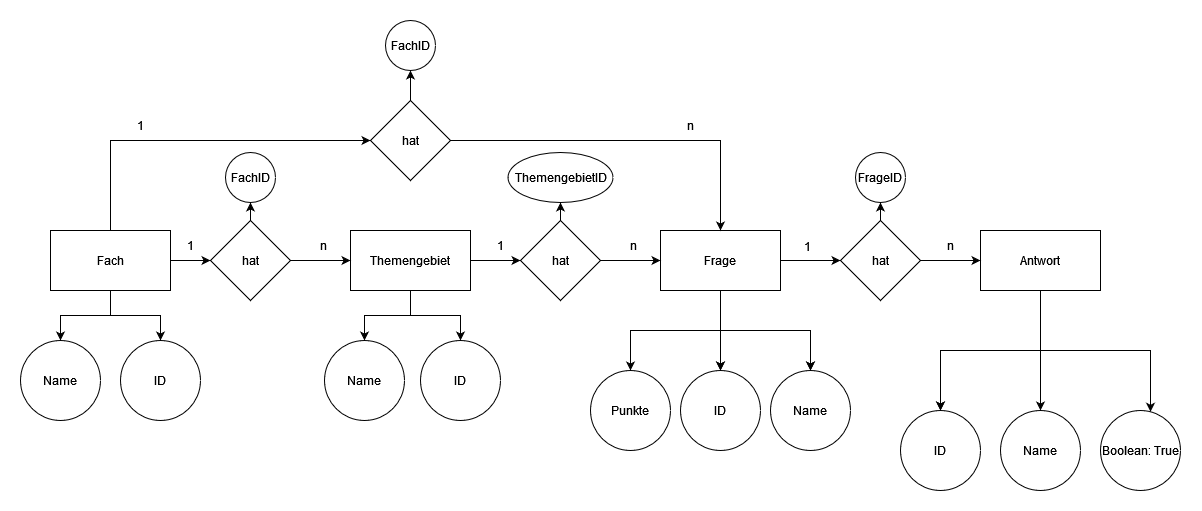
This is Report/DatenbankModell/ER-Diagramm_Datenbank.drawio.png from Hinotori91/Exam-CRUD-Backend, a draw.io export, as it was before one commit. Source tidied: cells renumbered, new cells last; positions are measured from the earlier drawing's top-left corner, leaving out a move shared by most shapes. Its diagram source:
```xml
<mxGraphModel>
  <root>
    <mxCell id="0" />
    <mxCell id="1" parent="0" />
    <mxCell id="2" style="edgeStyle=orthogonalEdgeStyle;rounded=0;jettySize=auto;html=1;" parent="1" edge="1" source="6" target="25">
      <mxGeometry relative="1" as="geometry" />
    </mxCell>
    <mxCell id="3" style="edgeStyle=orthogonalEdgeStyle;rounded=0;jettySize=auto;html=1;entryX=0;entryY=0.5;entryDx=0;entryDy=0;exitX=0.5;exitY=0;exitDx=0;exitDy=0;" parent="1" edge="1" source="6" target="34">
      <mxGeometry relative="1" as="geometry" />
    </mxCell>
    <mxCell id="4" style="edgeStyle=orthogonalEdgeStyle;rounded=0;jettySize=auto;html=1;" parent="1" edge="1" source="6" target="35">
      <mxGeometry relative="1" as="geometry" />
    </mxCell>
    <mxCell id="5" style="edgeStyle=orthogonalEdgeStyle;rounded=0;jettySize=auto;html=1;exitX=0.5;exitY=1;exitDx=0;exitDy=0;" parent="1" edge="1" source="6" target="36">
      <mxGeometry relative="1" as="geometry" />
    </mxCell>
    <mxCell id="6" value="Fach" style="rounded=0;whiteSpace=wrap;html=1;" parent="1" vertex="1">
      <mxGeometry x="30" y="210" width="120" height="60" as="geometry" />
    </mxCell>
    <mxCell id="7" style="edgeStyle=orthogonalEdgeStyle;rounded=0;jettySize=auto;html=1;" parent="1" edge="1" source="10" target="28">
      <mxGeometry relative="1" as="geometry" />
    </mxCell>
    <mxCell id="8" style="edgeStyle=orthogonalEdgeStyle;rounded=0;jettySize=auto;html=1;" parent="1" edge="1" source="10" target="39">
      <mxGeometry relative="1" as="geometry" />
    </mxCell>
    <mxCell id="9" style="edgeStyle=orthogonalEdgeStyle;rounded=0;jettySize=auto;html=1;" parent="1" edge="1" source="10" target="40">
      <mxGeometry relative="1" as="geometry" />
    </mxCell>
    <mxCell id="10" value="Themengebiet" style="rounded=0;whiteSpace=wrap;html=1;" parent="1" vertex="1">
      <mxGeometry x="330" y="210" width="120" height="60" as="geometry" />
    </mxCell>
    <mxCell id="11" style="edgeStyle=orthogonalEdgeStyle;rounded=0;jettySize=auto;html=1;" parent="1" edge="1" source="17" target="31">
      <mxGeometry relative="1" as="geometry" />
    </mxCell>
    <mxCell id="12" style="edgeStyle=orthogonalEdgeStyle;rounded=0;jettySize=auto;html=1;" parent="1" edge="1" source="17" target="41">
      <mxGeometry relative="1" as="geometry" />
    </mxCell>
    <mxCell id="13" style="edgeStyle=orthogonalEdgeStyle;rounded=0;jettySize=auto;html=1;" parent="1" edge="1" source="17" target="41">
      <mxGeometry relative="1" as="geometry" />
    </mxCell>
    <mxCell id="14" style="edgeStyle=orthogonalEdgeStyle;rounded=0;jettySize=auto;html=1;" parent="1" edge="1" source="17" target="42">
      <mxGeometry relative="1" as="geometry" />
    </mxCell>
    <mxCell id="15" style="edgeStyle=orthogonalEdgeStyle;rounded=0;jettySize=auto;html=1;" parent="1" edge="1" source="17" target="42">
      <mxGeometry relative="1" as="geometry" />
    </mxCell>
    <mxCell id="16" style="edgeStyle=orthogonalEdgeStyle;rounded=0;jettySize=auto;html=1;" parent="1" edge="1" source="17" target="43">
      <mxGeometry relative="1" as="geometry" />
    </mxCell>
    <mxCell id="17" value="Frage" style="rounded=0;whiteSpace=wrap;html=1;" parent="1" vertex="1">
      <mxGeometry x="640" y="210" width="120" height="60" as="geometry" />
    </mxCell>
    <mxCell id="18" style="edgeStyle=orthogonalEdgeStyle;rounded=0;jettySize=auto;html=1;" parent="1" edge="1" source="22" target="44">
      <mxGeometry relative="1" as="geometry" />
    </mxCell>
    <mxCell id="19" style="edgeStyle=orthogonalEdgeStyle;rounded=0;jettySize=auto;html=1;" parent="1" edge="1" source="22" target="44">
      <mxGeometry relative="1" as="geometry" />
    </mxCell>
    <mxCell id="20" style="edgeStyle=orthogonalEdgeStyle;rounded=0;jettySize=auto;html=1;" parent="1" edge="1" source="22" target="45">
      <mxGeometry relative="1" as="geometry" />
    </mxCell>
    <mxCell id="21" style="edgeStyle=orthogonalEdgeStyle;rounded=0;jettySize=auto;html=1;" parent="1" edge="1" source="22" target="46">
      <mxGeometry relative="1" as="geometry">
        <Array as="points">
          <mxPoint x="1020" y="330" />
          <mxPoint x="1130" y="330" />
        </Array>
      </mxGeometry>
    </mxCell>
    <mxCell id="22" value="Antwort" style="rounded=0;whiteSpace=wrap;html=1;" parent="1" vertex="1">
      <mxGeometry x="960" y="210" width="120" height="60" as="geometry" />
    </mxCell>
    <mxCell id="23" style="edgeStyle=orthogonalEdgeStyle;rounded=0;jettySize=auto;html=1;" parent="1" edge="1" source="25" target="10">
      <mxGeometry relative="1" as="geometry" />
    </mxCell>
    <mxCell id="24" style="edgeStyle=orthogonalEdgeStyle;rounded=0;jettySize=auto;html=1;" parent="1" edge="1" source="25" target="53">
      <mxGeometry relative="1" as="geometry" />
    </mxCell>
    <mxCell id="25" value="hat" style="rhombus;whiteSpace=wrap;html=1;rounded=0;" parent="1" vertex="1">
      <mxGeometry x="190" y="200" width="80" height="80" as="geometry" />
    </mxCell>
    <mxCell id="26" style="edgeStyle=orthogonalEdgeStyle;rounded=0;jettySize=auto;html=1;" parent="1" edge="1" source="28" target="17">
      <mxGeometry relative="1" as="geometry" />
    </mxCell>
    <mxCell id="27" style="edgeStyle=orthogonalEdgeStyle;rounded=0;jettySize=auto;html=1;" parent="1" edge="1" source="28" target="55">
      <mxGeometry relative="1" as="geometry" />
    </mxCell>
    <mxCell id="28" value="hat" style="rhombus;whiteSpace=wrap;html=1;rounded=0;" parent="1" vertex="1">
      <mxGeometry x="500" y="200" width="80" height="80" as="geometry" />
    </mxCell>
    <mxCell id="29" style="edgeStyle=orthogonalEdgeStyle;rounded=0;jettySize=auto;html=1;" parent="1" edge="1" source="31" target="22">
      <mxGeometry relative="1" as="geometry" />
    </mxCell>
    <mxCell id="30" style="edgeStyle=orthogonalEdgeStyle;rounded=0;jettySize=auto;html=1;" parent="1" edge="1" source="31" target="56">
      <mxGeometry relative="1" as="geometry" />
    </mxCell>
    <mxCell id="31" value="hat" style="rhombus;whiteSpace=wrap;html=1;rounded=0;" parent="1" vertex="1">
      <mxGeometry x="820" y="200" width="80" height="80" as="geometry" />
    </mxCell>
    <mxCell id="32" style="edgeStyle=orthogonalEdgeStyle;rounded=0;jettySize=auto;html=1;entryX=0.5;entryY=0;entryDx=0;entryDy=0;" parent="1" edge="1" source="34" target="17">
      <mxGeometry relative="1" as="geometry" />
    </mxCell>
    <mxCell id="33" style="edgeStyle=orthogonalEdgeStyle;rounded=0;jettySize=auto;html=1;" parent="1" edge="1" source="34" target="54">
      <mxGeometry relative="1" as="geometry" />
    </mxCell>
    <mxCell id="34" value="hat" style="rhombus;whiteSpace=wrap;html=1;rounded=0;" parent="1" vertex="1">
      <mxGeometry x="350" y="80" width="80" height="80" as="geometry" />
    </mxCell>
    <mxCell id="35" value="ID" style="ellipse;whiteSpace=wrap;html=1;rounded=0;" parent="1" vertex="1">
      <mxGeometry x="100" y="320" width="80" height="80" as="geometry" />
    </mxCell>
    <mxCell id="36" value="Name" style="ellipse;whiteSpace=wrap;html=1;rounded=0;" parent="1" vertex="1">
      <mxGeometry y="320" width="80" height="80" as="geometry" />
    </mxCell>
    <mxCell id="37" value="1" style="text;html=1;strokeColor=none;fillColor=none;align=center;verticalAlign=middle;whiteSpace=wrap;rounded=0;" parent="1" vertex="1">
      <mxGeometry x="140" y="210" width="60" height="30" as="geometry" />
    </mxCell>
    <mxCell id="38" value="n" style="text;html=1;strokeColor=none;fillColor=none;align=center;verticalAlign=middle;whiteSpace=wrap;rounded=0;" parent="1" vertex="1">
      <mxGeometry x="273" y="210" width="60" height="30" as="geometry" />
    </mxCell>
    <mxCell id="39" value="ID" style="ellipse;whiteSpace=wrap;html=1;rounded=0;" parent="1" vertex="1">
      <mxGeometry x="400" y="320" width="80" height="80" as="geometry" />
    </mxCell>
    <mxCell id="40" value="Name" style="ellipse;whiteSpace=wrap;html=1;rounded=0;" parent="1" vertex="1">
      <mxGeometry x="304" y="320" width="80" height="80" as="geometry" />
    </mxCell>
    <mxCell id="41" value="&lt;div&gt;ID&lt;/div&gt;" style="ellipse;whiteSpace=wrap;html=1;rounded=0;" parent="1" vertex="1">
      <mxGeometry x="660" y="350" width="80" height="80" as="geometry" />
    </mxCell>
    <mxCell id="42" value="Name" style="ellipse;whiteSpace=wrap;html=1;rounded=0;" parent="1" vertex="1">
      <mxGeometry x="750" y="350" width="80" height="80" as="geometry" />
    </mxCell>
    <mxCell id="43" value="&lt;div&gt;Punkte&lt;/div&gt;" style="ellipse;whiteSpace=wrap;html=1;rounded=0;" parent="1" vertex="1">
      <mxGeometry x="570" y="350" width="80" height="80" as="geometry" />
    </mxCell>
    <mxCell id="44" value="ID" style="ellipse;whiteSpace=wrap;html=1;rounded=0;" parent="1" vertex="1">
      <mxGeometry x="880" y="390" width="80" height="80" as="geometry" />
    </mxCell>
    <mxCell id="45" value="Name" style="ellipse;whiteSpace=wrap;html=1;rounded=0;" parent="1" vertex="1">
      <mxGeometry x="980" y="390" width="80" height="80" as="geometry" />
    </mxCell>
    <mxCell id="46" value="Boolean: True" style="ellipse;whiteSpace=wrap;html=1;rounded=0;" parent="1" vertex="1">
      <mxGeometry x="1080" y="390" width="80" height="80" as="geometry" />
    </mxCell>
    <mxCell id="47" value="1" style="text;html=1;strokeColor=none;fillColor=none;align=center;verticalAlign=middle;whiteSpace=wrap;rounded=0;" parent="1" vertex="1">
      <mxGeometry x="450" y="210" width="60" height="30" as="geometry" />
    </mxCell>
    <mxCell id="48" value="1" style="text;html=1;strokeColor=none;fillColor=none;align=center;verticalAlign=middle;whiteSpace=wrap;rounded=0;" parent="1" vertex="1">
      <mxGeometry x="757" y="211" width="60" height="30" as="geometry" />
    </mxCell>
    <mxCell id="49" value="1" style="text;html=1;strokeColor=none;fillColor=none;align=center;verticalAlign=middle;whiteSpace=wrap;rounded=0;" parent="1" vertex="1">
      <mxGeometry x="90" y="90" width="60" height="30" as="geometry" />
    </mxCell>
    <mxCell id="50" value="n" style="text;html=1;strokeColor=none;fillColor=none;align=center;verticalAlign=middle;whiteSpace=wrap;rounded=0;" parent="1" vertex="1">
      <mxGeometry x="583" y="210" width="60" height="30" as="geometry" />
    </mxCell>
    <mxCell id="51" value="n" style="text;html=1;strokeColor=none;fillColor=none;align=center;verticalAlign=middle;whiteSpace=wrap;rounded=0;" parent="1" vertex="1">
      <mxGeometry x="900" y="210" width="60" height="30" as="geometry" />
    </mxCell>
    <mxCell id="52" value="n" style="text;html=1;strokeColor=none;fillColor=none;align=center;verticalAlign=middle;whiteSpace=wrap;rounded=0;" parent="1" vertex="1">
      <mxGeometry x="640" y="90" width="60" height="30" as="geometry" />
    </mxCell>
    <mxCell id="53" value="FachID" style="ellipse;whiteSpace=wrap;html=1;rounded=0;" parent="1" vertex="1">
      <mxGeometry x="205" y="132" width="50" height="50" as="geometry" />
    </mxCell>
    <mxCell id="54" value="FachID" style="ellipse;whiteSpace=wrap;html=1;rounded=0;" parent="1" vertex="1">
      <mxGeometry x="365" width="50" height="50" as="geometry" />
    </mxCell>
    <mxCell id="55" value="ThemengebietID" style="ellipse;whiteSpace=wrap;html=1;rounded=0;" parent="1" vertex="1">
      <mxGeometry x="487.5" y="132" width="105" height="50" as="geometry" />
    </mxCell>
    <mxCell id="56" value="FrageID" style="ellipse;whiteSpace=wrap;html=1;rounded=0;" parent="1" vertex="1">
      <mxGeometry x="835" y="132" width="50" height="50" as="geometry" />
    </mxCell>
  </root>
</mxGraphModel>
```
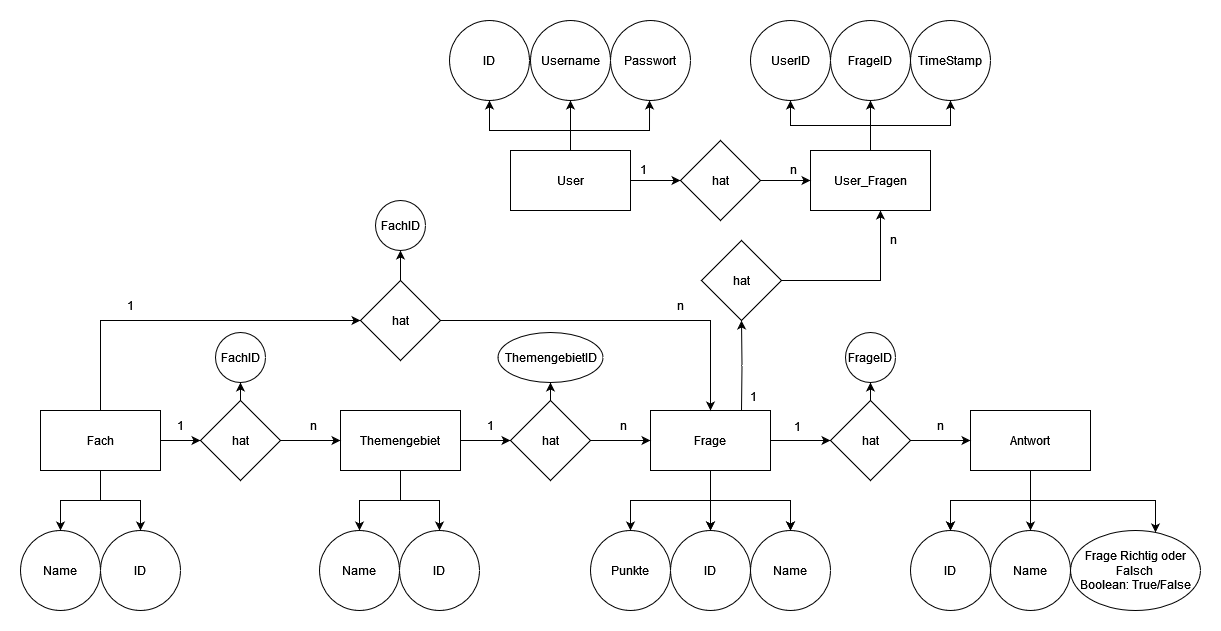
After the commit.

What changed in the source:
```diff
@@ -47,6 +47,14 @@
     <mxCell id="16" style="edgeStyle=orthogonalEdgeStyle;rounded=0;jettySize=auto;html=1;" parent="1" edge="1" source="17" target="43">
       <mxGeometry relative="1" as="geometry" />
     </mxCell>
+    <mxCell id="57" style="edgeStyle=orthogonalEdgeStyle;rounded=0;jettySize=auto;html=1;exitX=1;exitY=0.5;exitDx=0;exitDy=0;" parent="1" edge="1" target="69">
+      <mxGeometry relative="1" as="geometry">
+        <mxPoint x="771" y="80" as="sourcePoint" />
+        <Array as="points">
+          <mxPoint x="870" y="80" />
+        </Array>
+      </mxGeometry>
+    </mxCell>
     <mxCell id="17" value="Frage" style="rounded=0;whiteSpace=wrap;html=1;" parent="1" vertex="1">
       <mxGeometry x="640" y="210" width="120" height="60" as="geometry" />
     </mxCell>
@@ -62,8 +70,8 @@
     <mxCell id="21" style="edgeStyle=orthogonalEdgeStyle;rounded=0;jettySize=auto;html=1;" parent="1" edge="1" source="22" target="46">
       <mxGeometry relative="1" as="geometry">
         <Array as="points">
-          <mxPoint x="1020" y="330" />
-          <mxPoint x="1130" y="330" />
+          <mxPoint x="1020" y="300" />
+          <mxPoint x="1145" y="300" />
         </Array>
       </mxGeometry>
     </mxCell>
@@ -107,10 +115,10 @@
       <mxGeometry x="350" y="80" width="80" height="80" as="geometry" />
     </mxCell>
     <mxCell id="35" value="ID" style="ellipse;whiteSpace=wrap;html=1;rounded=0;" parent="1" vertex="1">
-      <mxGeometry x="100" y="320" width="80" height="80" as="geometry" />
+      <mxGeometry x="90" y="330" width="80" height="80" as="geometry" />
     </mxCell>
     <mxCell id="36" value="Name" style="ellipse;whiteSpace=wrap;html=1;rounded=0;" parent="1" vertex="1">
-      <mxGeometry y="320" width="80" height="80" as="geometry" />
+      <mxGeometry x="10" y="330" width="80" height="80" as="geometry" />
     </mxCell>
     <mxCell id="37" value="1" style="text;html=1;strokeColor=none;fillColor=none;align=center;verticalAlign=middle;whiteSpace=wrap;rounded=0;" parent="1" vertex="1">
       <mxGeometry x="140" y="210" width="60" height="30" as="geometry" />
@@ -119,28 +127,28 @@
       <mxGeometry x="273" y="210" width="60" height="30" as="geometry" />
     </mxCell>
     <mxCell id="39" value="ID" style="ellipse;whiteSpace=wrap;html=1;rounded=0;" parent="1" vertex="1">
-      <mxGeometry x="400" y="320" width="80" height="80" as="geometry" />
+      <mxGeometry x="389" y="330" width="80" height="80" as="geometry" />
     </mxCell>
     <mxCell id="40" value="Name" style="ellipse;whiteSpace=wrap;html=1;rounded=0;" parent="1" vertex="1">
-      <mxGeometry x="304" y="320" width="80" height="80" as="geometry" />
+      <mxGeometry x="309" y="330" width="80" height="80" as="geometry" />
     </mxCell>
     <mxCell id="41" value="&lt;div&gt;ID&lt;/div&gt;" style="ellipse;whiteSpace=wrap;html=1;rounded=0;" parent="1" vertex="1">
-      <mxGeometry x="660" y="350" width="80" height="80" as="geometry" />
+      <mxGeometry x="660" y="330" width="80" height="80" as="geometry" />
     </mxCell>
     <mxCell id="42" value="Name" style="ellipse;whiteSpace=wrap;html=1;rounded=0;" parent="1" vertex="1">
-      <mxGeometry x="750" y="350" width="80" height="80" as="geometry" />
+      <mxGeometry x="740" y="330" width="80" height="80" as="geometry" />
     </mxCell>
     <mxCell id="43" value="&lt;div&gt;Punkte&lt;/div&gt;" style="ellipse;whiteSpace=wrap;html=1;rounded=0;" parent="1" vertex="1">
-      <mxGeometry x="570" y="350" width="80" height="80" as="geometry" />
+      <mxGeometry x="580" y="330" width="80" height="80" as="geometry" />
     </mxCell>
     <mxCell id="44" value="ID" style="ellipse;whiteSpace=wrap;html=1;rounded=0;" parent="1" vertex="1">
-      <mxGeometry x="880" y="390" width="80" height="80" as="geometry" />
+      <mxGeometry x="900" y="330" width="80" height="80" as="geometry" />
     </mxCell>
     <mxCell id="45" value="Name" style="ellipse;whiteSpace=wrap;html=1;rounded=0;" parent="1" vertex="1">
-      <mxGeometry x="980" y="390" width="80" height="80" as="geometry" />
+      <mxGeometry x="980" y="330" width="80" height="80" as="geometry" />
     </mxCell>
-    <mxCell id="46" value="Boolean: True" style="ellipse;whiteSpace=wrap;html=1;rounded=0;" parent="1" vertex="1">
-      <mxGeometry x="1080" y="390" width="80" height="80" as="geometry" />
+    <mxCell id="46" value="Frage Richtig oder Falsch&lt;br&gt;Boolean: True/False" style="ellipse;whiteSpace=wrap;html=1;rounded=0;" parent="1" vertex="1">
+      <mxGeometry x="1060" y="330" width="130" height="80" as="geometry" />
     </mxCell>
     <mxCell id="47" value="1" style="text;html=1;strokeColor=none;fillColor=none;align=center;verticalAlign=middle;whiteSpace=wrap;rounded=0;" parent="1" vertex="1">
       <mxGeometry x="450" y="210" width="60" height="30" as="geometry" />
@@ -172,5 +180,89 @@
     <mxCell id="56" value="FrageID" style="ellipse;whiteSpace=wrap;html=1;rounded=0;" parent="1" vertex="1">
       <mxGeometry x="835" y="132" width="50" height="50" as="geometry" />
     </mxCell>
+    <mxCell id="58" style="edgeStyle=orthogonalEdgeStyle;rounded=0;jettySize=auto;html=1;exitX=0.5;exitY=0;exitDx=0;exitDy=0;entryX=0.5;entryY=1;entryDx=0;entryDy=0;" parent="1" edge="1" source="62" target="63">
+      <mxGeometry relative="1" as="geometry">
+        <Array as="points">
+          <mxPoint x="560" y="-70" />
+          <mxPoint x="479" y="-70" />
+        </Array>
+      </mxGeometry>
+    </mxCell>
+    <mxCell id="59" style="edgeStyle=orthogonalEdgeStyle;rounded=0;orthogonalLoop=1;jettySize=auto;html=1;entryX=0.588;entryY=1;entryDx=0;entryDy=0;entryPerimeter=0;" parent="1" edge="1">
+      <mxGeometry relative="1" as="geometry">
+        <mxPoint x="552" y="-50" as="sourcePoint" />
+        <mxPoint x="639" y="-100" as="targetPoint" />
+        <Array as="points">
+          <mxPoint x="560" y="-50" />
+          <mxPoint x="560" y="-70" />
+          <mxPoint x="639" y="-70" />
+        </Array>
+      </mxGeometry>
+    </mxCell>
+    <mxCell id="60" style="edgeStyle=orthogonalEdgeStyle;rounded=0;jettySize=auto;html=1;entryX=0.5;entryY=1;entryDx=0;entryDy=0;" parent="1" edge="1" source="62" target="65">
+      <mxGeometry relative="1" as="geometry" />
+    </mxCell>
+    <mxCell id="61" style="edgeStyle=orthogonalEdgeStyle;rounded=0;jettySize=auto;html=1;" parent="1" edge="1" source="62" target="74">
+      <mxGeometry relative="1" as="geometry" />
+    </mxCell>
+    <mxCell id="62" value="User" style="rounded=0;whiteSpace=wrap;html=1;" parent="1" vertex="1">
+      <mxGeometry x="500" y="-50" width="120" height="60" as="geometry" />
+    </mxCell>
+    <mxCell id="63" value="ID" style="ellipse;whiteSpace=wrap;html=1;rounded=0;" parent="1" vertex="1">
+      <mxGeometry x="439" y="-180" width="80" height="80" as="geometry" />
+    </mxCell>
+    <mxCell id="64" value="Passwort" style="ellipse;whiteSpace=wrap;html=1;rounded=0;" parent="1" vertex="1">
+      <mxGeometry x="600" y="-180" width="80" height="80" as="geometry" />
+    </mxCell>
+    <mxCell id="65" value="Username" style="ellipse;whiteSpace=wrap;html=1;rounded=0;" parent="1" vertex="1">
+      <mxGeometry x="520" y="-180" width="80" height="80" as="geometry" />
+    </mxCell>
+    <mxCell id="66" style="edgeStyle=orthogonalEdgeStyle;rounded=0;jettySize=auto;html=1;entryX=0.5;entryY=1;entryDx=0;entryDy=0;" parent="1" edge="1" source="69" target="71">
+      <mxGeometry relative="1" as="geometry" />
+    </mxCell>
+    <mxCell id="67" style="edgeStyle=orthogonalEdgeStyle;rounded=0;jettySize=auto;html=1;entryX=0.5;entryY=1;entryDx=0;entryDy=0;" parent="1" edge="1" source="69" target="70">
+      <mxGeometry relative="1" as="geometry" />
+    </mxCell>
+    <mxCell id="68" style="edgeStyle=orthogonalEdgeStyle;rounded=0;jettySize=auto;html=1;entryX=0.5;entryY=1;entryDx=0;entryDy=0;" parent="1" edge="1" source="69" target="72">
+      <mxGeometry relative="1" as="geometry" />
+    </mxCell>
+    <mxCell id="69" value="&lt;div&gt;User_Fragen&lt;/div&gt;" style="rounded=0;whiteSpace=wrap;html=1;" parent="1" vertex="1">
+      <mxGeometry x="800" y="-50" width="120" height="60" as="geometry" />
+    </mxCell>
+    <mxCell id="70" value="FrageID" style="ellipse;whiteSpace=wrap;html=1;rounded=0;" parent="1" vertex="1">
+      <mxGeometry x="820" y="-180" width="80" height="80" as="geometry" />
+    </mxCell>
+    <mxCell id="71" value="UserID" style="ellipse;whiteSpace=wrap;html=1;rounded=0;" parent="1" vertex="1">
+      <mxGeometry x="740" y="-180" width="80" height="80" as="geometry" />
+    </mxCell>
+    <mxCell id="72" value="TimeStamp" style="ellipse;whiteSpace=wrap;html=1;rounded=0;" parent="1" vertex="1">
+      <mxGeometry x="900" y="-180" width="80" height="80" as="geometry" />
+    </mxCell>
+    <mxCell id="73" style="edgeStyle=orthogonalEdgeStyle;rounded=0;jettySize=auto;html=1;entryX=0;entryY=0.5;entryDx=0;entryDy=0;" parent="1" edge="1" source="74" target="69">
+      <mxGeometry relative="1" as="geometry" />
+    </mxCell>
+    <mxCell id="74" value="hat" style="rhombus;whiteSpace=wrap;html=1;rounded=0;" parent="1" vertex="1">
+      <mxGeometry x="670" y="-60" width="80" height="80" as="geometry" />
+    </mxCell>
+    <mxCell id="75" value="1" style="text;html=1;strokeColor=none;fillColor=none;align=center;verticalAlign=middle;whiteSpace=wrap;rounded=0;" parent="1" vertex="1">
+      <mxGeometry x="713" y="181" width="60" height="30" as="geometry" />
+    </mxCell>
+    <mxCell id="76" value="1" style="text;html=1;strokeColor=none;fillColor=none;align=center;verticalAlign=middle;whiteSpace=wrap;rounded=0;" parent="1" vertex="1">
+      <mxGeometry x="603" y="-46" width="60" height="30" as="geometry" />
+    </mxCell>
+    <mxCell id="77" value="n" style="text;html=1;strokeColor=none;fillColor=none;align=center;verticalAlign=middle;whiteSpace=wrap;rounded=0;" parent="1" vertex="1">
+      <mxGeometry x="753" y="-46" width="60" height="30" as="geometry" />
+    </mxCell>
+    <mxCell id="78" value="n" style="text;html=1;strokeColor=none;fillColor=none;align=center;verticalAlign=middle;whiteSpace=wrap;rounded=0;" parent="1" vertex="1">
+      <mxGeometry x="853" y="24" width="60" height="30" as="geometry" />
+    </mxCell>
+    <mxCell id="79" value="hat" style="rhombus;whiteSpace=wrap;html=1;rounded=0;" parent="1" vertex="1">
+      <mxGeometry x="691" y="40" width="80" height="80" as="geometry" />
+    </mxCell>
+    <mxCell id="80" style="edgeStyle=orthogonalEdgeStyle;rounded=0;jettySize=auto;html=1;" parent="1" edge="1" target="79">
+      <mxGeometry relative="1" as="geometry">
+        <mxPoint x="731" y="210" as="sourcePoint" />
+      </mxGeometry>
+    </mxCell>
   </root>
 </mxGraphModel>
```
